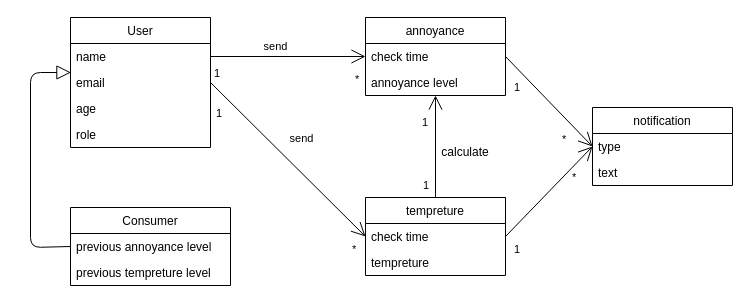
oleksandrblazhko/ai-215-korchakovskij keeps this draw.io diagram as 2-SoftwareDesign/2.1-UMLConceptClasses/UML-ConceptClasses.drawio. Above is the earlier version. Source tidied: cells renumbered, new cells numbered last; positions are measured from the earlier drawing's top-left corner, leaving out a move shared by most shapes. Both pictures are drawn from the tidied source at 100%, with x=0, y=0 at pixel (30, 17).
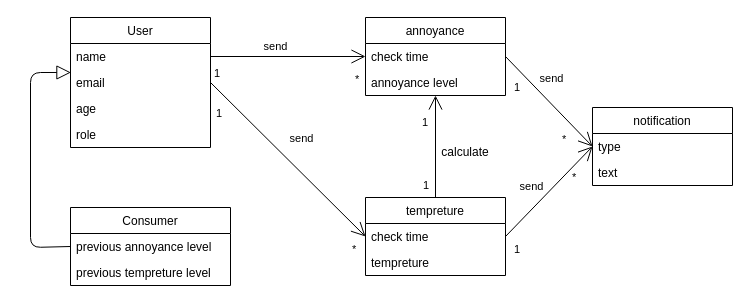
The same diagram, later.

Commit message (it also covers changes not shown here):
fixed diagram issue

Diff of the diagram source:
```diff
@@
+    <mxCell id="38" value="send" style="edgeLabel;html=1;align=center;verticalAlign=middle;" parent="1" vertex="1">
+      <mxGeometry x="520" y="60" as="geometry" />
+    </mxCell>
+    <mxCell id="39" value="send" style="edgeLabel;html=1;align=center;verticalAlign=middle;" parent="1" vertex="1">
+      <mxGeometry x="500" y="168" as="geometry" />
+    </mxCell>
```
